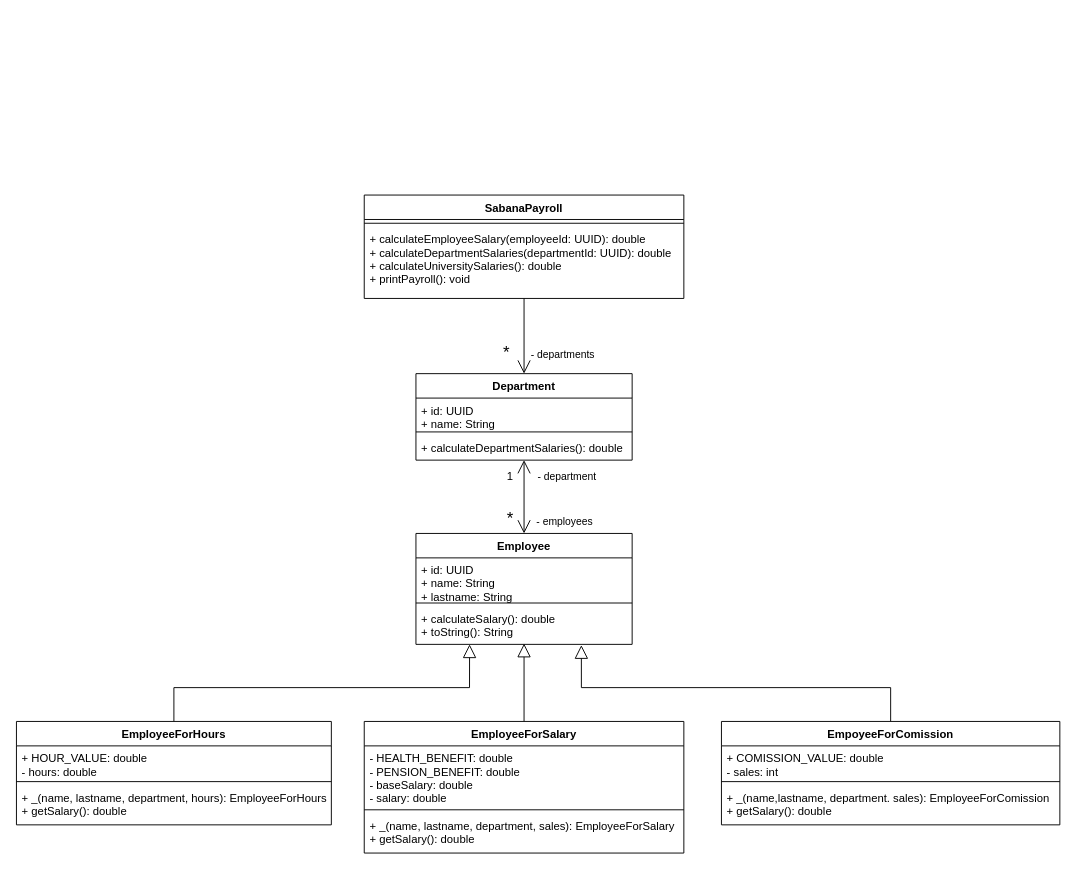
Above: diagrams/sabanapayroll-class-diagram.drawio in Sprastrum/MUNOZ-SANTOS-SABANA-POOB-2021-1-LAB-INHERITANCE (draw.io), before the change. Source tidied: cells renumbered, new cells numbered last; positions are measured from the earlier drawing's top-left corner, leaving out a move shared by most shapes. Both pictures are drawn from the tidied source at 94%, with x=0, y=0 at pixel (16, 195).
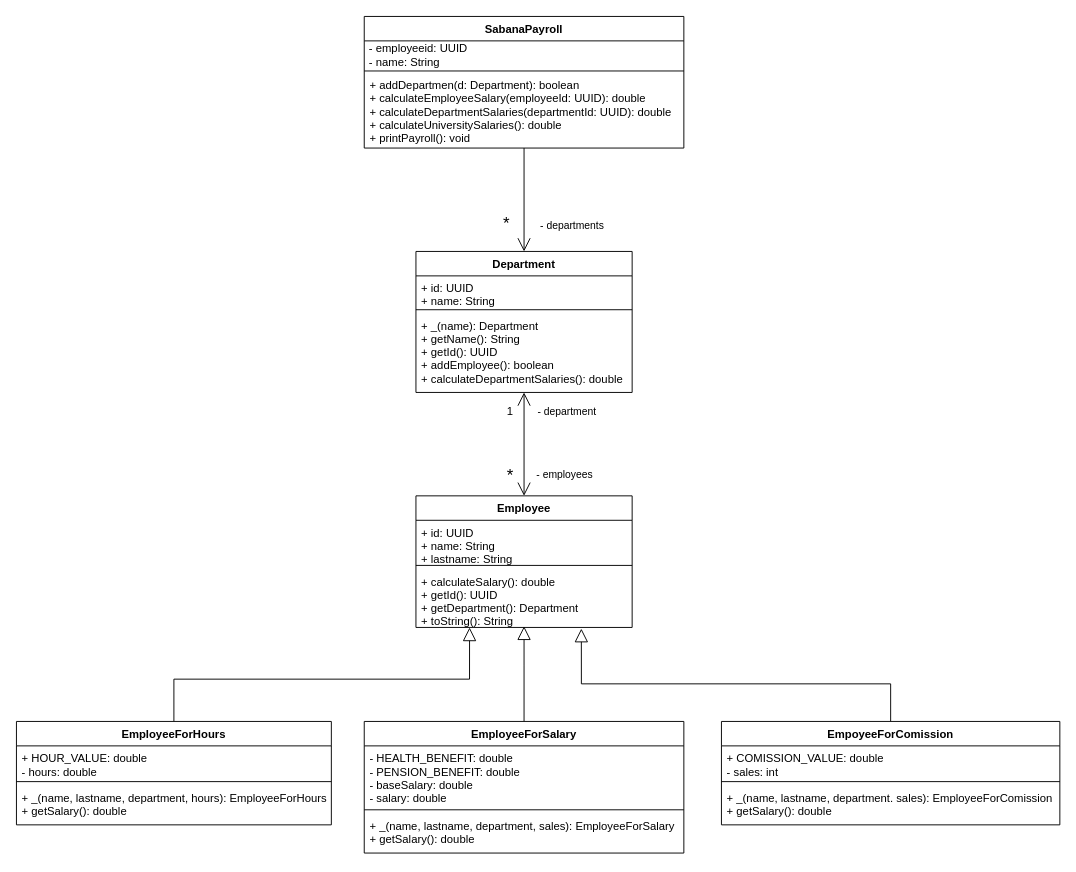
Above is the later version.

The change refers to these unchanged cells:
```xml
<mxCell id="2" style="edgeStyle=orthogonalEdgeStyle;rounded=0;jettySize=auto;html=1;entryX=0.5;entryY=0;entryDx=0;entryDy=0;endArrow=open;endFill=0;endSize=12;" parent="1" edge="1" source="5" target="9">
  <mxGeometry relative="1" as="geometry" />
</mxCell>
<mxCell id="25" value="EmployeeForSalary" style="swimlane;fontStyle=1;align=center;verticalAlign=top;horizontal=1;startSize=26;" parent="1" vertex="1">
  <mxGeometry x="370" y="560" width="340" height="140" as="geometry" />
</mxCell>
<mxCell id="30" value="EmpoyeeForComission" style="swimlane;fontStyle=1;align=center;verticalAlign=top;horizontal=1;startSize=26;" parent="1" vertex="1">
  <mxGeometry x="750" y="560" width="360" height="110" as="geometry" />
</mxCell>
```

The edit, as a diff of the source:
```diff
@@
     <mxCell id="3" value="*" style="edgeLabel;html=1;align=center;verticalAlign=middle;fontSize=18;" parent="2" vertex="1">
       <mxGeometry x="-0.24" y="1" relative="1" as="geometry">
-        <mxPoint x="-21" y="27" as="offset" />
+        <mxPoint x="-21" y="38" as="offset" />
       </mxGeometry>
     </mxCell>
     <mxCell id="4" value="&lt;font style=&quot;font-size: 11px&quot;&gt;- departments&lt;/font&gt;" style="edgeLabel;html=1;align=center;verticalAlign=middle;fontSize=18;" parent="2" vertex="1">
       <mxGeometry x="-0.37" y="1" relative="1" as="geometry">
-        <mxPoint x="39" y="32" as="offset" />
+        <mxPoint x="49" y="45" as="offset" />
       </mxGeometry>
     </mxCell>
     <mxCell id="5" value="SabanaPayroll" style="swimlane;fontStyle=1;align=center;verticalAlign=top;horizontal=1;startSize=26;" parent="1" vertex="1">
-      <mxGeometry x="370" width="340" height="110" as="geometry" />
+      <mxGeometry x="370" y="-190" width="340" height="140" as="geometry" />
     </mxCell>
+    <mxCell id="36" value="&amp;nbsp;- employeeid: UUID&lt;br&gt;&amp;nbsp;- name: String" style="text;html=1;align=left;verticalAlign=middle;" parent="5" vertex="1">
+      <mxGeometry y="26" width="340" height="30" as="geometry" />
+    </mxCell>
     <mxCell id="6" style="line;strokeWidth=1;fillColor=none;align=left;verticalAlign=middle;spacingTop=-1;spacingLeft=3;spacingRight=3;labelPosition=right;" parent="5" vertex="1">
-      <mxGeometry y="26" width="340" height="8" as="geometry" />
+      <mxGeometry y="56" width="340" height="4" as="geometry" />
     </mxCell>
-    <mxCell id="7" value="+ calculateEmployeeSalary(employeeId: UUID): double&#10;+ calculateDepartmentSalaries(departmentId: UUID): double&#10;+ calculateUniversitySalaries(): double&#10;+ printPayroll(): void" style="text;strokeColor=none;fillColor=none;align=left;verticalAlign=top;spacingLeft=4;spacingRight=4;overflow=hidden;" parent="5" vertex="1">
-      <mxGeometry y="34" width="340" height="76" as="geometry" />
+    <mxCell id="7" value="+ addDepartmen(d: Department): boolean&#10;+ calculateEmployeeSalary(employeeId: UUID): double&#10;+ calculateDepartmentSalaries(departmentId: UUID): double&#10;+ calculateUniversitySalaries(): double&#10;+ printPayroll(): void" style="text;strokeColor=none;fillColor=none;align=left;verticalAlign=top;spacingLeft=4;spacingRight=4;overflow=hidden;" parent="5" vertex="1">
+      <mxGeometry y="60" width="340" height="80" as="geometry" />
     </mxCell>
@@
     <mxCell id="9" value="Department" style="swimlane;fontStyle=1;align=center;verticalAlign=top;horizontal=1;startSize=26;" parent="1" vertex="1">
-      <mxGeometry x="425" y="190" width="230" height="92" as="geometry" />
+      <mxGeometry x="425" y="60" width="230" height="150" as="geometry" />
     </mxCell>
@@
-    <mxCell id="12" value="+ calculateDepartmentSalaries(): double" style="text;strokeColor=none;fillColor=none;align=left;verticalAlign=top;spacingLeft=4;spacingRight=4;overflow=hidden;" parent="9" vertex="1">
-      <mxGeometry y="66" width="230" height="26" as="geometry" />
+    <mxCell id="12" value="+ _(name): Department&#10;+ getName(): String&#10;+ getId(): UUID&#10;+ addEmployee(): boolean&#10;+ calculateDepartmentSalaries(): double" style="text;strokeColor=none;fillColor=none;align=left;verticalAlign=top;spacingLeft=4;spacingRight=4;overflow=hidden;" parent="9" vertex="1">
+      <mxGeometry y="66" width="230" height="84" as="geometry" />
     </mxCell>
     <mxCell id="13" value="Employee" style="swimlane;fontStyle=1;align=center;verticalAlign=top;horizontal=1;startSize=26;" parent="1" vertex="1">
-      <mxGeometry x="425" y="360" width="230" height="118" as="geometry" />
+      <mxGeometry x="425" y="320" width="230" height="140" as="geometry" />
     </mxCell>
@@
-    <mxCell id="16" value="+ calculateSalary(): double&#10;+ toString(): String" style="text;strokeColor=none;fillColor=none;align=left;verticalAlign=top;spacingLeft=4;spacingRight=4;overflow=hidden;points=[[0,0.5],[1,0.5]];portConstraint=eastwest;" parent="13" vertex="1">
-      <mxGeometry y="78" width="230" height="40" as="geometry" />
+    <mxCell id="16" value="+ calculateSalary(): double&#10;+ getId(): UUID&#10;+ getDepartment(): Department&#10;+ toString(): String" style="text;strokeColor=none;fillColor=none;align=left;verticalAlign=top;spacingLeft=4;spacingRight=4;overflow=hidden;points=[[0,0.5],[1,0.5]];portConstraint=eastwest;" parent="13" vertex="1">
+      <mxGeometry y="78" width="230" height="62" as="geometry" />
     </mxCell>
     <mxCell id="17" value="&lt;font style=&quot;font-size: 11px&quot;&gt;- employees&lt;/font&gt;" style="edgeLabel;html=1;align=center;verticalAlign=middle;fontSize=18;" parent="1" vertex="1">
-      <mxGeometry x="590" y="210" as="geometry">
+      <mxGeometry x="590" y="160" as="geometry">
         <mxPoint x="-8" y="134" as="offset" />
       </mxGeometry>
     </mxCell>
     <mxCell id="18" value="*" style="edgeLabel;html=1;align=center;verticalAlign=middle;fontSize=18;" parent="1" vertex="1">
-      <mxGeometry x="540" y="180" as="geometry">
+      <mxGeometry x="540" y="135" as="geometry">
         <mxPoint x="-16" y="163" as="offset" />
       </mxGeometry>
     </mxCell>
@@
     <mxCell id="24" style="edgeStyle=orthogonalEdgeStyle;rounded=0;jettySize=auto;html=1;exitX=0.5;exitY=0;exitDx=0;exitDy=0;entryX=0.5;entryY=0.98;entryDx=0;entryDy=0;entryPerimeter=0;endArrow=block;endFill=0;endSize=12;" parent="1" edge="1" source="25" target="16">
-      <mxGeometry relative="1" as="geometry" />
+      <mxGeometry relative="1" as="geometry">
+        <Array as="points">
+          <mxPoint x="540" y="500" />
+          <mxPoint x="540" y="500" />
+        </Array>
+      </mxGeometry>
     </mxCell>
@@
     <mxCell id="29" style="edgeStyle=orthogonalEdgeStyle;rounded=0;jettySize=auto;html=1;entryX=0.765;entryY=1.02;entryDx=0;entryDy=0;entryPerimeter=0;endArrow=block;endFill=0;endSize=12;" parent="1" edge="1" source="30" target="16">
-      <mxGeometry relative="1" as="geometry" />
+      <mxGeometry relative="1" as="geometry">
+        <Array as="points">
+          <mxPoint x="930" y="520" />
+          <mxPoint x="601" y="520" />
+        </Array>
+      </mxGeometry>
     </mxCell>
@@
-    <mxCell id="33" value="+ _(name,lastname, department. sales): EmployeeForComission&#10;+ getSalary(): double" style="text;strokeColor=none;fillColor=none;align=left;verticalAlign=top;spacingLeft=4;spacingRight=4;overflow=hidden;" parent="30" vertex="1">
+    <mxCell id="33" value="+ _(name, lastname, department. sales): EmployeeForComission&#10;+ getSalary(): double" style="text;strokeColor=none;fillColor=none;align=left;verticalAlign=top;spacingLeft=4;spacingRight=4;overflow=hidden;" parent="30" vertex="1">
       <mxGeometry y="68" width="360" height="42" as="geometry" />
     </mxCell>
     <mxCell id="34" value="1&amp;nbsp; &amp;nbsp;" style="text;html=1;align=center;verticalAlign=middle;" parent="1" vertex="1">
-      <mxGeometry x="515" y="290" width="30" height="20" as="geometry" />
+      <mxGeometry x="515" y="220" width="30" height="20" as="geometry" />
     </mxCell>
     <mxCell id="35" value="&lt;font style=&quot;font-size: 11px&quot;&gt;- department&amp;nbsp; &amp;nbsp;&lt;/font&gt;" style="text;html=1;align=center;verticalAlign=middle;" parent="1" vertex="1">
-      <mxGeometry x="545" y="290" width="90" height="20" as="geometry" />
+      <mxGeometry x="545" y="220" width="90" height="20" as="geometry" />
     </mxCell>
```
